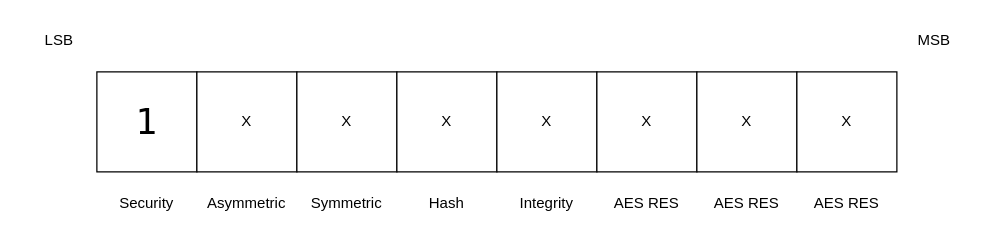
The draw.io diagram page "Page-1" (1 of 13) of docs/drawio/secure_mask.drawio in asergiobranco/blackwing_documentation, before the edit. Source tidied: cells renumbered, new cells numbered last; positions are measured from the earlier drawing's top-left corner, leaving out a move shared by most shapes. Both pictures are drawn from the tidied source at 125%, with x=0, y=0 at pixel (21, 21).
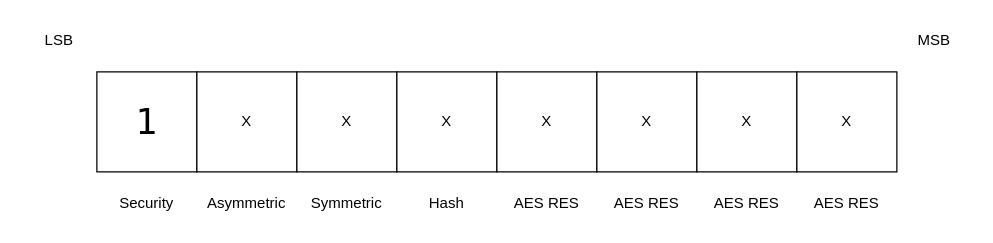
The same page after the edit.

What changed in the source:
```diff
@@
 <mxGraphModel>
   <root>
     <mxCell id="0" />
     <mxCell id="1" parent="0" />
     <mxCell id="2" value="&lt;font style=&quot;font-size: 29px;&quot; face=&quot;Lucida Console&quot;&gt;1&lt;/font&gt;" style="whiteSpace=wrap;html=1;" parent="1" vertex="1">
       <mxGeometry x="60" y="40" width="80" height="80" as="geometry" />
     </mxCell>
     <mxCell id="3" value="X" style="whiteSpace=wrap;html=1;" parent="1" vertex="1">
       <mxGeometry x="140" y="40" width="80" height="80" as="geometry" />
     </mxCell>
     <mxCell id="4" value="X" style="whiteSpace=wrap;html=1;" parent="1" vertex="1">
       <mxGeometry x="220" y="40" width="80" height="80" as="geometry" />
     </mxCell>
     <mxCell id="5" value="X" style="whiteSpace=wrap;html=1;" parent="1" vertex="1">
       <mxGeometry x="300" y="40" width="80" height="80" as="geometry" />
     </mxCell>
     <mxCell id="6" value="X" style="whiteSpace=wrap;html=1;" parent="1" vertex="1">
       <mxGeometry x="380" y="40" width="80" height="80" as="geometry" />
     </mxCell>
     <mxCell id="7" value="X" style="whiteSpace=wrap;html=1;" parent="1" vertex="1">
       <mxGeometry x="460" y="40" width="80" height="80" as="geometry" />
     </mxCell>
     <mxCell id="8" value="X" style="whiteSpace=wrap;html=1;" parent="1" vertex="1">
       <mxGeometry x="540" y="40" width="80" height="80" as="geometry" />
     </mxCell>
     <mxCell id="9" value="X" style="whiteSpace=wrap;html=1;" parent="1" vertex="1">
       <mxGeometry x="620" y="40" width="80" height="80" as="geometry" />
     </mxCell>
     <mxCell id="10" value="LSB" style="text;html=1;strokeColor=none;fillColor=none;align=center;verticalAlign=middle;whiteSpace=wrap;rounded=0;" parent="1" vertex="1">
       <mxGeometry width="60" height="30" as="geometry" />
     </mxCell>
     <mxCell id="11" value="MSB" style="text;html=1;strokeColor=none;fillColor=none;align=center;verticalAlign=middle;whiteSpace=wrap;rounded=0;" parent="1" vertex="1">
       <mxGeometry x="700" width="60" height="30" as="geometry" />
     </mxCell>
     <mxCell id="12" value="Security" style="text;html=1;strokeColor=none;fillColor=none;align=center;verticalAlign=middle;whiteSpace=wrap;rounded=0;" parent="1" vertex="1">
       <mxGeometry x="70" y="130" width="60" height="30" as="geometry" />
     </mxCell>
     <mxCell id="13" value="Asymmetric" style="text;html=1;strokeColor=none;fillColor=none;align=center;verticalAlign=middle;whiteSpace=wrap;rounded=0;" parent="1" vertex="1">
       <mxGeometry x="150" y="130" width="60" height="30" as="geometry" />
     </mxCell>
     <mxCell id="14" value="Symmetric" style="text;html=1;strokeColor=none;fillColor=none;align=center;verticalAlign=middle;whiteSpace=wrap;rounded=0;" parent="1" vertex="1">
       <mxGeometry x="230" y="130" width="60" height="30" as="geometry" />
     </mxCell>
     <mxCell id="15" value="Hash" style="text;html=1;strokeColor=none;fillColor=none;align=center;verticalAlign=middle;whiteSpace=wrap;rounded=0;" parent="1" vertex="1">
       <mxGeometry x="310" y="130" width="60" height="30" as="geometry" />
     </mxCell>
-    <mxCell id="16" value="Integrity" style="text;html=1;strokeColor=none;fillColor=none;align=center;verticalAlign=middle;whiteSpace=wrap;rounded=0;" parent="1" vertex="1">
+    <mxCell id="16" value="AES RES" style="text;html=1;strokeColor=none;fillColor=none;align=center;verticalAlign=middle;whiteSpace=wrap;rounded=0;" parent="1" vertex="1">
       <mxGeometry x="390" y="130" width="60" height="30" as="geometry" />
     </mxCell>
     <mxCell id="17" value="AES RES" style="text;html=1;strokeColor=none;fillColor=none;align=center;verticalAlign=middle;whiteSpace=wrap;rounded=0;" parent="1" vertex="1">
       <mxGeometry x="470" y="130" width="60" height="30" as="geometry" />
     </mxCell>
     <mxCell id="18" value="AES RES" style="text;html=1;strokeColor=none;fillColor=none;align=center;verticalAlign=middle;whiteSpace=wrap;rounded=0;" parent="1" vertex="1">
       <mxGeometry x="550" y="130" width="60" height="30" as="geometry" />
     </mxCell>
     <mxCell id="19" value="AES RES" style="text;html=1;strokeColor=none;fillColor=none;align=center;verticalAlign=middle;whiteSpace=wrap;rounded=0;" parent="1" vertex="1">
       <mxGeometry x="630" y="130" width="60" height="30" as="geometry" />
     </mxCell>
   </root>
 </mxGraphModel>
```
